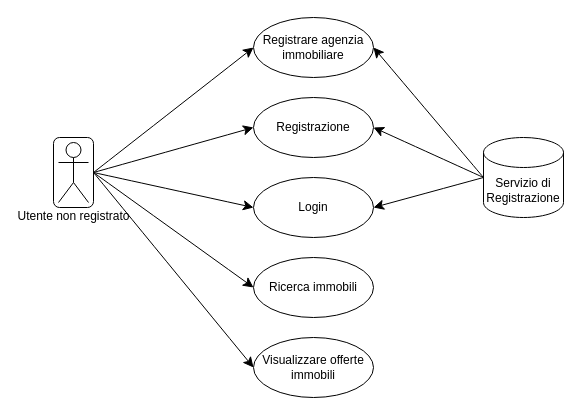
Before: diagrammi/UseCase-compratore.drawio in Sperob98/Documentazione-DietiEstates25, a draw.io diagram. Source tidied: cells renumbered, new cells numbered last; positions are measured from the earlier drawing's top-left corner, leaving out a move shared by most shapes. Both pictures are drawn from the tidied source at 100%, with x=0, y=0 at pixel (53, 17).
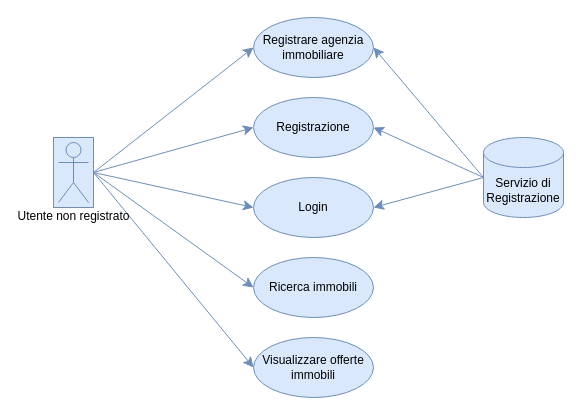
After the change.

Commit message:
Aggiorna UseCase-Utente non Registrato.drawio

Change to the diagram source:
```diff
@@
 <mxGraphModel>
   <root>
     <mxCell id="0" />
     <mxCell id="1" parent="0" />
-    <mxCell id="2" style="edgeStyle=none;curved=1;rounded=0;jettySize=auto;html=1;exitX=1;exitY=0.5;exitDx=0;exitDy=0;entryX=0;entryY=0.5;entryDx=0;entryDy=0;fontSize=12;startSize=8;endSize=8;" parent="1" edge="1" source="6" target="8">
+    <mxCell id="2" style="edgeStyle=none;curved=1;rounded=0;jettySize=auto;html=1;exitX=1;exitY=0.5;exitDx=0;exitDy=0;entryX=0;entryY=0.5;entryDx=0;entryDy=0;fontSize=12;startSize=8;endSize=8;fillColor=#dae8fc;strokeColor=#6c8ebf;" parent="1" edge="1" source="6" target="8">
       <mxGeometry relative="1" as="geometry" />
     </mxCell>
-    <mxCell id="3" style="edgeStyle=none;curved=1;rounded=0;jettySize=auto;html=1;exitX=1;exitY=0.5;exitDx=0;exitDy=0;entryX=0;entryY=0.5;entryDx=0;entryDy=0;fontSize=12;startSize=8;endSize=8;" parent="1" edge="1" source="6" target="9">
+    <mxCell id="3" style="edgeStyle=none;curved=1;rounded=0;jettySize=auto;html=1;exitX=1;exitY=0.5;exitDx=0;exitDy=0;entryX=0;entryY=0.5;entryDx=0;entryDy=0;fontSize=12;startSize=8;endSize=8;fillColor=#dae8fc;strokeColor=#6c8ebf;" parent="1" edge="1" source="6" target="9">
       <mxGeometry relative="1" as="geometry" />
     </mxCell>
-    <mxCell id="4" style="edgeStyle=none;curved=1;rounded=0;jettySize=auto;html=1;exitX=1;exitY=0.5;exitDx=0;exitDy=0;entryX=0;entryY=0.5;entryDx=0;entryDy=0;fontSize=12;startSize=8;endSize=8;" parent="1" edge="1" source="6" target="10">
+    <mxCell id="4" style="edgeStyle=none;curved=1;rounded=0;jettySize=auto;html=1;exitX=1;exitY=0.5;exitDx=0;exitDy=0;entryX=0;entryY=0.5;entryDx=0;entryDy=0;fontSize=12;startSize=8;endSize=8;fillColor=#dae8fc;strokeColor=#6c8ebf;" parent="1" edge="1" source="6" target="10">
       <mxGeometry relative="1" as="geometry" />
     </mxCell>
-    <mxCell id="5" style="edgeStyle=none;curved=1;rounded=0;jettySize=auto;html=1;exitX=1;exitY=0.5;exitDx=0;exitDy=0;entryX=0;entryY=0.5;entryDx=0;entryDy=0;fontSize=12;startSize=8;endSize=8;" parent="1" edge="1" source="6" target="12">
+    <mxCell id="5" style="edgeStyle=none;curved=1;rounded=0;jettySize=auto;html=1;exitX=1;exitY=0.5;exitDx=0;exitDy=0;entryX=0;entryY=0.5;entryDx=0;entryDy=0;fontSize=12;startSize=8;endSize=8;fillColor=#dae8fc;strokeColor=#6c8ebf;" parent="1" edge="1" source="6" target="12">
       <mxGeometry relative="1" as="geometry" />
     </mxCell>
-    <mxCell id="6" style="rounded=1;whiteSpace=wrap;html=1;" parent="1" vertex="1">
+    <mxCell id="6" style="rounded=0;whiteSpace=wrap;html=1;fillColor=#dae8fc;strokeColor=#6c8ebf;" parent="1" vertex="1">
       <mxGeometry y="120" width="40" height="70" as="geometry" />
     </mxCell>
-    <mxCell id="7" value="Utente non registrato" style="shape=umlActor;verticalLabelPosition=bottom;verticalAlign=top;html=1;" parent="1" vertex="1">
+    <mxCell id="7" value="Utente non registrato" style="shape=umlActor;verticalLabelPosition=bottom;verticalAlign=top;html=1;rounded=0;fillColor=#dae8fc;strokeColor=#6c8ebf;" parent="1" vertex="1">
       <mxGeometry x="5" y="125" width="30" height="60" as="geometry" />
     </mxCell>
-    <mxCell id="8" value="Registrare agenzia immobiliare" style="ellipse;whiteSpace=wrap;html=1;" parent="1" vertex="1">
+    <mxCell id="8" value="Registrare agenzia immobiliare" style="ellipse;whiteSpace=wrap;html=1;rounded=0;fillColor=#dae8fc;strokeColor=#6c8ebf;" parent="1" vertex="1">
       <mxGeometry x="200" width="120" height="60" as="geometry" />
     </mxCell>
-    <mxCell id="9" value="Registrazione" style="ellipse;whiteSpace=wrap;html=1;" parent="1" vertex="1">
+    <mxCell id="9" value="Registrazione" style="ellipse;whiteSpace=wrap;html=1;rounded=0;fillColor=#dae8fc;strokeColor=#6c8ebf;" parent="1" vertex="1">
       <mxGeometry x="200" y="80" width="120" height="60" as="geometry" />
     </mxCell>
-    <mxCell id="10" value="Login" style="ellipse;whiteSpace=wrap;html=1;" parent="1" vertex="1">
+    <mxCell id="10" value="Login" style="ellipse;whiteSpace=wrap;html=1;rounded=0;fillColor=#dae8fc;strokeColor=#6c8ebf;" parent="1" vertex="1">
       <mxGeometry x="200" y="160" width="120" height="60" as="geometry" />
     </mxCell>
-    <mxCell id="11" value="Ricerca immobili" style="ellipse;whiteSpace=wrap;html=1;" parent="1" vertex="1">
+    <mxCell id="11" value="Ricerca immobili" style="ellipse;whiteSpace=wrap;html=1;rounded=0;fillColor=#dae8fc;strokeColor=#6c8ebf;" parent="1" vertex="1">
       <mxGeometry x="200" y="240" width="120" height="60" as="geometry" />
     </mxCell>
-    <mxCell id="12" value="Visualizzare offerte immobili" style="ellipse;whiteSpace=wrap;html=1;" parent="1" vertex="1">
+    <mxCell id="12" value="Visualizzare offerte immobili" style="ellipse;whiteSpace=wrap;html=1;rounded=0;fillColor=#dae8fc;strokeColor=#6c8ebf;" parent="1" vertex="1">
       <mxGeometry x="200" y="320" width="120" height="60" as="geometry" />
     </mxCell>
-    <mxCell id="13" style="edgeStyle=none;curved=1;rounded=0;jettySize=auto;html=1;exitX=0;exitY=0.5;exitDx=0;exitDy=0;exitPerimeter=0;entryX=1;entryY=0.5;entryDx=0;entryDy=0;fontSize=12;startSize=8;endSize=8;" parent="1" edge="1" source="16" target="8">
+    <mxCell id="13" style="edgeStyle=none;curved=1;rounded=0;jettySize=auto;html=1;exitX=0;exitY=0.5;exitDx=0;exitDy=0;exitPerimeter=0;entryX=1;entryY=0.5;entryDx=0;entryDy=0;fontSize=12;startSize=8;endSize=8;fillColor=#dae8fc;strokeColor=#6c8ebf;" parent="1" edge="1" source="16" target="8">
       <mxGeometry relative="1" as="geometry" />
     </mxCell>
-    <mxCell id="14" style="edgeStyle=none;curved=1;rounded=0;jettySize=auto;html=1;exitX=0;exitY=0.5;exitDx=0;exitDy=0;exitPerimeter=0;entryX=1;entryY=0.5;entryDx=0;entryDy=0;fontSize=12;startSize=8;endSize=8;" parent="1" edge="1" source="16" target="9">
+    <mxCell id="14" style="edgeStyle=none;curved=1;rounded=0;jettySize=auto;html=1;exitX=0;exitY=0.5;exitDx=0;exitDy=0;exitPerimeter=0;entryX=1;entryY=0.5;entryDx=0;entryDy=0;fontSize=12;startSize=8;endSize=8;fillColor=#dae8fc;strokeColor=#6c8ebf;" parent="1" edge="1" source="16" target="9">
       <mxGeometry relative="1" as="geometry" />
     </mxCell>
-    <mxCell id="15" style="edgeStyle=none;curved=1;rounded=0;jettySize=auto;html=1;exitX=0;exitY=0.5;exitDx=0;exitDy=0;exitPerimeter=0;entryX=1;entryY=0.5;entryDx=0;entryDy=0;fontSize=12;startSize=8;endSize=8;" parent="1" edge="1" source="16" target="10">
+    <mxCell id="15" style="edgeStyle=none;curved=1;rounded=0;jettySize=auto;html=1;exitX=0;exitY=0.5;exitDx=0;exitDy=0;exitPerimeter=0;entryX=1;entryY=0.5;entryDx=0;entryDy=0;fontSize=12;startSize=8;endSize=8;fillColor=#dae8fc;strokeColor=#6c8ebf;" parent="1" edge="1" source="16" target="10">
       <mxGeometry relative="1" as="geometry" />
     </mxCell>
-    <mxCell id="16" value="Servizio di Registrazione" style="shape=cylinder3;whiteSpace=wrap;html=1;boundedLbl=1;backgroundOutline=1;size=15;" parent="1" vertex="1">
+    <mxCell id="16" value="Servizio di Registrazione" style="shape=cylinder3;whiteSpace=wrap;html=1;boundedLbl=1;backgroundOutline=1;size=15;rounded=0;fillColor=#dae8fc;strokeColor=#6c8ebf;" parent="1" vertex="1">
       <mxGeometry x="430" y="120" width="80" height="80" as="geometry" />
     </mxCell>
-    <mxCell id="17" style="edgeStyle=none;curved=1;rounded=0;jettySize=auto;html=1;exitX=1;exitY=0.5;exitDx=0;exitDy=0;fontSize=12;startSize=8;endSize=8;entryX=0;entryY=0.5;entryDx=0;entryDy=0;" parent="1" edge="1" source="6" target="11">
+    <mxCell id="17" style="edgeStyle=none;curved=1;rounded=0;jettySize=auto;html=1;exitX=1;exitY=0.5;exitDx=0;exitDy=0;fontSize=12;startSize=8;endSize=8;entryX=0;entryY=0.5;entryDx=0;entryDy=0;fillColor=#dae8fc;strokeColor=#6c8ebf;" parent="1" edge="1" source="6" target="11">
       <mxGeometry relative="1" as="geometry" />
     </mxCell>
   </root>
 </mxGraphModel>
```
